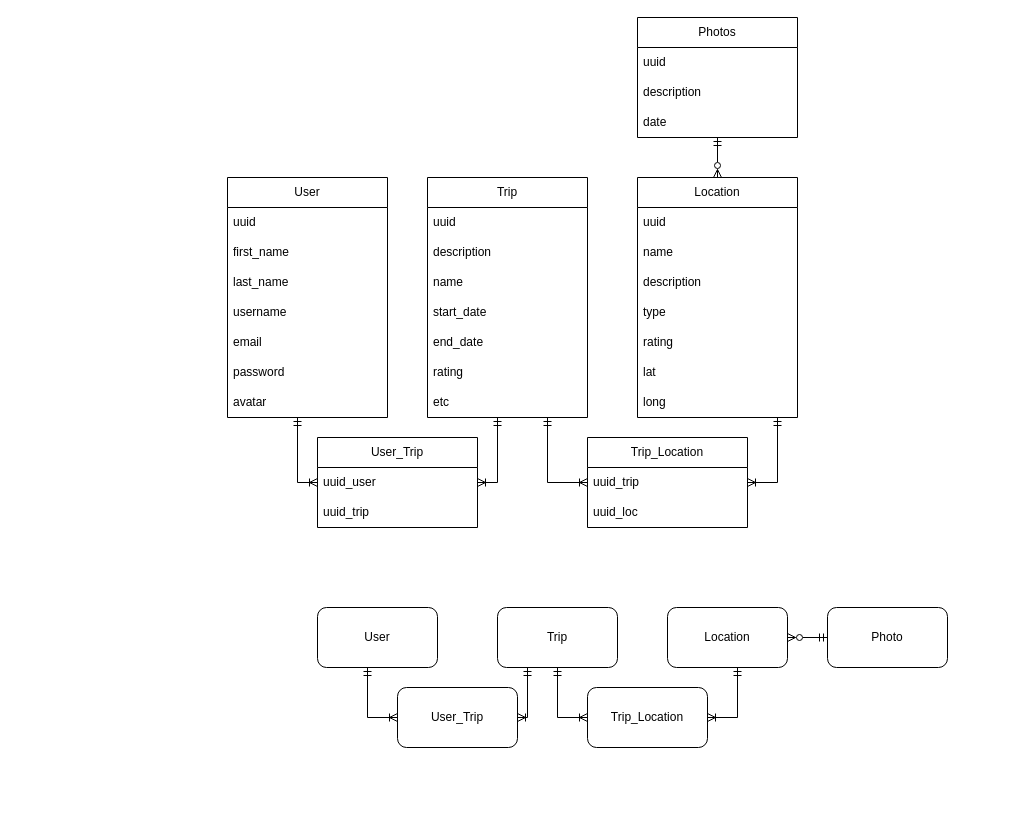
Above: modelos.drawio in devdp11/mobile-android-project (draw.io), before the change. Source tidied: cells renumbered, new cells numbered last; positions are measured from the earlier drawing's top-left corner, leaving out a move shared by most shapes. Both pictures are drawn from the tidied source at 100%, with x=0, y=0 at pixel (227, 17).
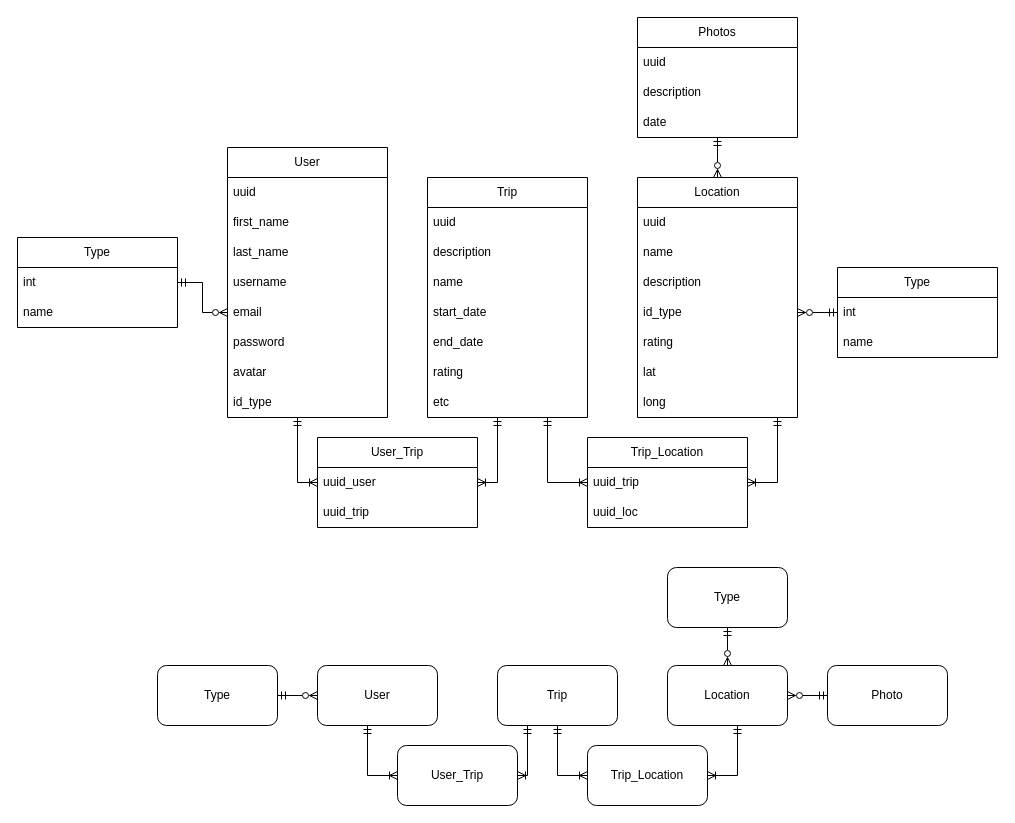
The same diagram, later.

Unchanged cells that the change refers to:
```xml
<mxCell id="7" value="email" style="text;strokeColor=none;fillColor=none;align=left;verticalAlign=middle;spacingLeft=4;spacingRight=4;overflow=hidden;points=[[0,0.5],[1,0.5]];portConstraint=eastwest;whiteSpace=wrap;html=1;" parent="2" vertex="1">
  <mxGeometry y="150" width="160" height="30" as="geometry" />
</mxCell>
<mxCell id="24" value="Location" style="swimlane;fontStyle=0;horizontal=1;startSize=30;whiteSpace=wrap;html=1;" parent="1" vertex="1">
  <mxGeometry x="410" y="160" width="160" height="240" as="geometry" />
</mxCell>
```

Change to the diagram source:
```diff
@@
     <mxCell id="2" value="User" style="swimlane;fontStyle=0;horizontal=1;startSize=30;whiteSpace=wrap;html=1;" parent="1" vertex="1">
-      <mxGeometry y="160" width="160" height="240" as="geometry" />
+      <mxGeometry y="130" width="160" height="270" as="geometry" />
     </mxCell>
@@
+    <mxCell id="52" value="id_type" style="text;strokeColor=none;fillColor=none;align=left;verticalAlign=middle;spacingLeft=4;spacingRight=4;overflow=hidden;whiteSpace=wrap;html=1;" parent="2" vertex="1">
+      <mxGeometry y="240" width="160" height="30" as="geometry" />
+    </mxCell>
@@
-    <mxCell id="28" value="type" style="text;strokeColor=none;fillColor=none;align=left;verticalAlign=middle;spacingLeft=4;spacingRight=4;overflow=hidden;points=[[0,0.5],[1,0.5]];portConstraint=eastwest;whiteSpace=wrap;html=1;" parent="24" vertex="1">
+    <mxCell id="28" value="id_type" style="text;strokeColor=none;fillColor=none;align=left;verticalAlign=middle;spacingLeft=4;spacingRight=4;overflow=hidden;points=[[0,0.5],[1,0.5]];portConstraint=eastwest;whiteSpace=wrap;html=1;" parent="24" vertex="1">
       <mxGeometry y="120" width="160" height="30" as="geometry" />
     </mxCell>
@@
     <mxCell id="41" value="User" style="rounded=1;whiteSpace=wrap;html=1;" parent="1" vertex="1">
-      <mxGeometry x="90" y="590" width="120" height="60" as="geometry" />
+      <mxGeometry x="90" y="648" width="120" height="60" as="geometry" />
     </mxCell>
     <mxCell id="42" style="edgeStyle=orthogonalEdgeStyle;rounded=0;jettySize=auto;html=1;entryX=0;entryY=0.5;entryDx=0;entryDy=0;endArrow=ERoneToMany;endFill=0;startArrow=ERmandOne;startFill=0;" parent="1" edge="1" source="43" target="47">
       <mxGeometry relative="1" as="geometry">
         <Array as="points">
-          <mxPoint x="330" y="700" />
+          <mxPoint x="330" y="758" />
         </Array>
       </mxGeometry>
     </mxCell>
     <mxCell id="43" value="Trip" style="rounded=1;whiteSpace=wrap;html=1;" parent="1" vertex="1">
-      <mxGeometry x="270" y="590" width="120" height="60" as="geometry" />
+      <mxGeometry x="270" y="648" width="120" height="60" as="geometry" />
     </mxCell>
     <mxCell id="44" style="edgeStyle=orthogonalEdgeStyle;rounded=0;jettySize=auto;html=1;endArrow=ERmandOne;endFill=0;startArrow=ERoneToMany;startFill=0;" parent="1" edge="1" source="46" target="41">
       <mxGeometry relative="1" as="geometry">
         <Array as="points">
-          <mxPoint x="140" y="700" />
+          <mxPoint x="140" y="758" />
         </Array>
       </mxGeometry>
     </mxCell>
     <mxCell id="45" style="edgeStyle=orthogonalEdgeStyle;rounded=0;jettySize=auto;html=1;entryX=0.25;entryY=1;entryDx=0;entryDy=0;endArrow=ERmandOne;endFill=0;startArrow=ERoneToMany;startFill=0;" parent="1" edge="1" source="46" target="43">
       <mxGeometry relative="1" as="geometry">
         <Array as="points">
-          <mxPoint x="300" y="700" />
+          <mxPoint x="300" y="758" />
         </Array>
       </mxGeometry>
     </mxCell>
     <mxCell id="46" value="User_Trip" style="rounded=1;whiteSpace=wrap;html=1;" parent="1" vertex="1">
-      <mxGeometry x="170" y="670" width="120" height="60" as="geometry" />
+      <mxGeometry x="170" y="728" width="120" height="60" as="geometry" />
     </mxCell>
     <mxCell id="47" value="Trip_Location" style="rounded=1;whiteSpace=wrap;html=1;" parent="1" vertex="1">
-      <mxGeometry x="360" y="670" width="120" height="60" as="geometry" />
+      <mxGeometry x="360" y="728" width="120" height="60" as="geometry" />
     </mxCell>
@@
     <mxCell id="49" style="edgeStyle=orthogonalEdgeStyle;rounded=0;jettySize=auto;html=1;entryX=1;entryY=0.5;entryDx=0;entryDy=0;endArrow=ERoneToMany;endFill=0;startArrow=ERmandOne;startFill=0;" parent="1" edge="1" source="50" target="47">
       <mxGeometry relative="1" as="geometry">
         <Array as="points">
-          <mxPoint x="510" y="700" />
+          <mxPoint x="510" y="758" />
         </Array>
       </mxGeometry>
     </mxCell>
     <mxCell id="50" value="Location" style="rounded=1;whiteSpace=wrap;html=1;" parent="1" vertex="1">
-      <mxGeometry x="440" y="590" width="120" height="60" as="geometry" />
+      <mxGeometry x="440" y="648" width="120" height="60" as="geometry" />
     </mxCell>
     <mxCell id="51" value="Photo" style="rounded=1;whiteSpace=wrap;html=1;" parent="1" vertex="1">
-      <mxGeometry x="600" y="590" width="120" height="60" as="geometry" />
+      <mxGeometry x="600" y="648" width="120" height="60" as="geometry" />
     </mxCell>
+    <mxCell id="53" style="edgeStyle=orthogonalEdgeStyle;rounded=0;jettySize=auto;html=1;endArrow=ERzeroToMany;endFill=0;startArrow=ERmandOne;startFill=0;" parent="1" edge="1" source="54" target="28">
+      <mxGeometry relative="1" as="geometry" />
+    </mxCell>
+    <mxCell id="54" value="Type" style="swimlane;fontStyle=0;horizontal=1;startSize=30;whiteSpace=wrap;html=1;" parent="1" vertex="1">
+      <mxGeometry x="610" y="250" width="160" height="90" as="geometry" />
+    </mxCell>
+    <mxCell id="55" value="int" style="text;strokeColor=none;fillColor=none;align=left;verticalAlign=middle;spacingLeft=4;spacingRight=4;overflow=hidden;whiteSpace=wrap;html=1;" parent="54" vertex="1">
+      <mxGeometry y="30" width="160" height="30" as="geometry" />
+    </mxCell>
+    <mxCell id="56" value="name" style="text;strokeColor=none;fillColor=none;align=left;verticalAlign=middle;spacingLeft=4;spacingRight=4;overflow=hidden;whiteSpace=wrap;html=1;" parent="54" vertex="1">
+      <mxGeometry y="60" width="160" height="30" as="geometry" />
+    </mxCell>
+    <mxCell id="57" style="edgeStyle=orthogonalEdgeStyle;rounded=0;jettySize=auto;html=1;endArrow=ERzeroToMany;endFill=0;startArrow=ERmandOne;startFill=0;" parent="1" edge="1" source="58" target="50">
+      <mxGeometry relative="1" as="geometry" />
+    </mxCell>
+    <mxCell id="58" value="Type" style="rounded=1;whiteSpace=wrap;html=1;" parent="1" vertex="1">
+      <mxGeometry x="440" y="550" width="120" height="60" as="geometry" />
+    </mxCell>
+    <mxCell id="59" style="edgeStyle=orthogonalEdgeStyle;rounded=0;jettySize=auto;html=1;endArrow=ERzeroToMany;endFill=0;startArrow=ERmandOne;startFill=0;" parent="1" edge="1" source="60" target="7">
+      <mxGeometry relative="1" as="geometry" />
+    </mxCell>
+    <mxCell id="60" value="Type" style="swimlane;fontStyle=0;horizontal=1;startSize=30;whiteSpace=wrap;html=1;" parent="1" vertex="1">
+      <mxGeometry x="-210" y="220" width="160" height="90" as="geometry" />
+    </mxCell>
+    <mxCell id="61" value="int" style="text;strokeColor=none;fillColor=none;align=left;verticalAlign=middle;spacingLeft=4;spacingRight=4;overflow=hidden;whiteSpace=wrap;html=1;" parent="60" vertex="1">
+      <mxGeometry y="30" width="160" height="30" as="geometry" />
+    </mxCell>
+    <mxCell id="62" value="name" style="text;strokeColor=none;fillColor=none;align=left;verticalAlign=middle;spacingLeft=4;spacingRight=4;overflow=hidden;whiteSpace=wrap;html=1;" parent="60" vertex="1">
+      <mxGeometry y="60" width="160" height="30" as="geometry" />
+    </mxCell>
+    <mxCell id="63" style="edgeStyle=orthogonalEdgeStyle;rounded=0;jettySize=auto;html=1;endArrow=ERzeroToMany;endFill=0;startArrow=ERmandOne;startFill=0;exitX=1;exitY=0.5;exitDx=0;exitDy=0;entryX=0;entryY=0.5;entryDx=0;entryDy=0;" parent="1" edge="1" source="64" target="41">
+      <mxGeometry relative="1" as="geometry" />
+    </mxCell>
+    <mxCell id="64" value="Type" style="rounded=1;whiteSpace=wrap;html=1;" parent="1" vertex="1">
+      <mxGeometry x="-70" y="648" width="120" height="60" as="geometry" />
+    </mxCell>
```
